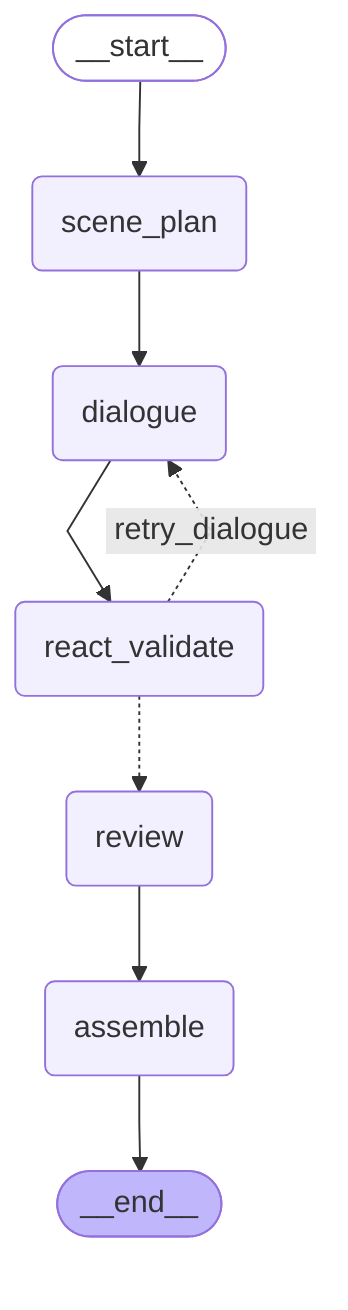
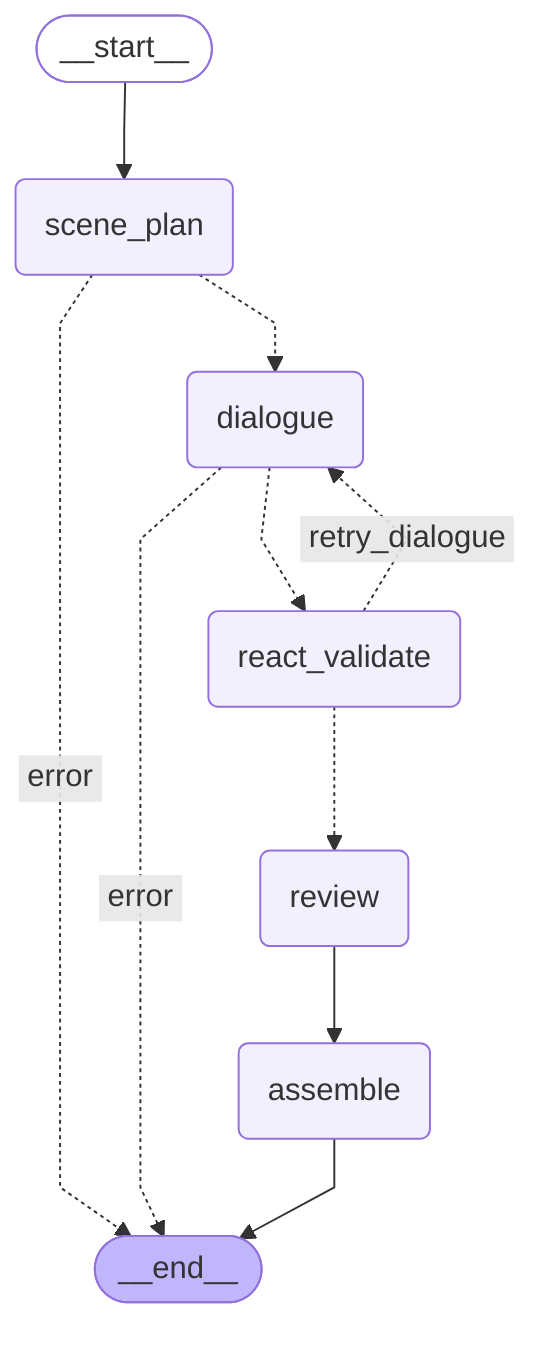
---
config:
  flowchart:
    curve: linear
---
graph TD;
	__start__([<p>__start__</p>]):::first
	scene_plan(scene_plan)
	dialogue(dialogue)
	react_validate(react_validate)
	review(review)
	assemble(assemble)
	__end__([<p>__end__</p>]):::last
	__start__ --> scene_plan;
- 	dialogue --> react_validate;
+ 	dialogue -. &nbsp;error&nbsp; .-> __end__;
+ 	dialogue -.-> react_validate;
	react_validate -. &nbsp;retry_dialogue&nbsp; .-> dialogue;
	react_validate -.-> review;
	review --> assemble;
- 	scene_plan --> dialogue;
+ 	scene_plan -. &nbsp;error&nbsp; .-> __end__;
+ 	scene_plan -.-> dialogue;
	assemble --> __end__;
	classDef default fill:#f2f0ff,line-height:1.2
	classDef first fill-opacity:0
	classDef last fill:#bfb6fc
